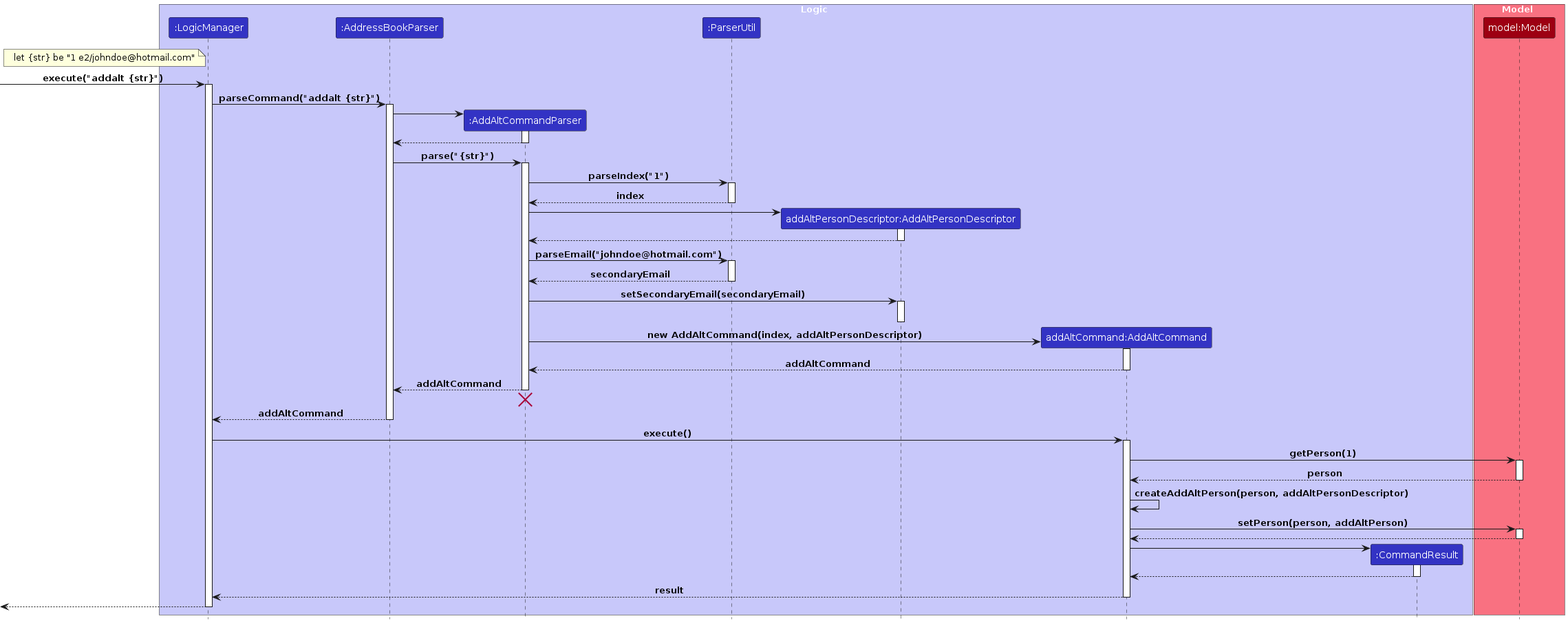
This is diagrams/AddAltSequenceDiagram.png from kokrui/tp, a PlantUML export, as it was before one commit. Its source is kept beside it as diagrams/AddAltSequenceDiagram.puml.
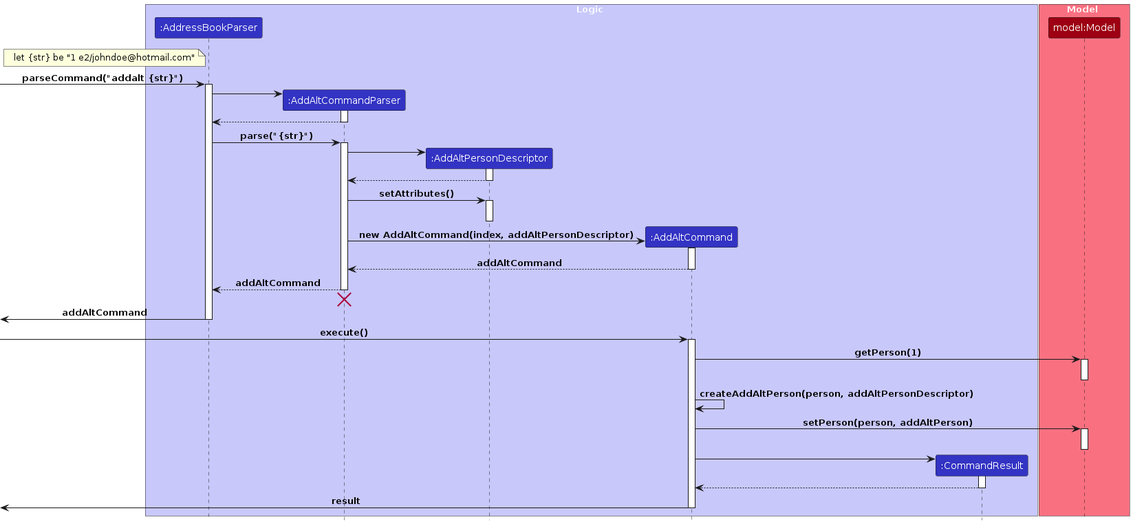
Above is the later version.

What changed in the source:
```diff
@@ -2,12 +2,10 @@
 !include ./style.puml
 
 box Logic LOGIC_COLOR_T1
-participant ":LogicManager" as LogicManager LOGIC_COLOR
 participant ":AddressBookParser" as AddressBookParser LOGIC_COLOR
 participant ":AddAltCommandParser" as AddAltCommandParser LOGIC_COLOR
-participant ":ParserUtil" as ParserUtil LOGIC_COLOR
-participant "addAltPersonDescriptor:AddAltPersonDescriptor" as AddAltPersonDescriptor LOGIC_COLOR
-participant "addAltCommand:AddAltCommand" as AddAltCommand LOGIC_COLOR
+participant ":AddAltPersonDescriptor" as AddAltPersonDescriptor LOGIC_COLOR
+participant ":AddAltCommand" as AddAltCommand LOGIC_COLOR
 participant ":CommandResult" as CommandResult LOGIC_COLOR
 end box
 
@@ -15,14 +13,12 @@
 participant "model:Model" as Model MODEL_COLOR
 end box
 
-note left of LogicManager
+note left of AddressBookParser
 let {str} be "1 e2/johndoe@hotmail.com"
 end note
 
-[-> LogicManager : execute("addalt {str}")
-activate LogicManager
 
-LogicManager -> AddressBookParser : parseCommand("addalt {str}")
+[-> AddressBookParser : parseCommand("addalt {str}")
 activate AddressBookParser
 
 create AddAltCommandParser
@@ -35,23 +31,13 @@
 AddressBookParser -> AddAltCommandParser : parse("{str}")
 activate AddAltCommandParser
 
-AddAltCommandParser -> ParserUtil : parseIndex("1")
-activate ParserUtil
-ParserUtil --> AddAltCommandParser : index
-deactivate ParserUtil
-
 create AddAltPersonDescriptor
 AddAltCommandParser -> AddAltPersonDescriptor
 activate AddAltPersonDescriptor
 AddAltPersonDescriptor --> AddAltCommandParser
 deactivate AddAltPersonDescriptor
 
-AddAltCommandParser -> ParserUtil : parseEmail("johndoe@hotmail.com")
-activate ParserUtil
-ParserUtil --> AddAltCommandParser : secondaryEmail
-deactivate ParserUtil
-
-AddAltCommandParser -> AddAltPersonDescriptor : setSecondaryEmail(secondaryEmail)
+AddAltCommandParser -> AddAltPersonDescriptor : setAttributes()
 activate AddAltPersonDescriptor
 deactivate AddAltPersonDescriptor
 
@@ -66,22 +52,20 @@
 AddAltCommandParser -[hidden]->
 destroy AddAltCommandParser
 
-AddressBookParser --> LogicManager : addAltCommand
+[<- AddressBookParser : addAltCommand
 deactivate AddressBookParser
 
-LogicManager -> AddAltCommand : execute()
+[-> AddAltCommand : execute()
 activate AddAltCommand
 
 AddAltCommand -> Model : getPerson(1)
 activate Model
-Model --> AddAltCommand : person
 deactivate Model
 
 AddAltCommand -> AddAltCommand : createAddAltPerson(person, addAltPersonDescriptor)
 
 AddAltCommand -> Model : setPerson(person, addAltPerson)
 activate Model
-Model --> AddAltCommand
 deactivate Model
 
 create CommandResult
@@ -91,10 +75,8 @@
 CommandResult --> AddAltCommand
 deactivate CommandResult
 
-AddAltCommand --> LogicManager : result
+[<- AddAltCommand : result
 deactivate AddAltCommand
 
-[<--LogicManager
-deactivate LogicManager
 
 @enduml
```
